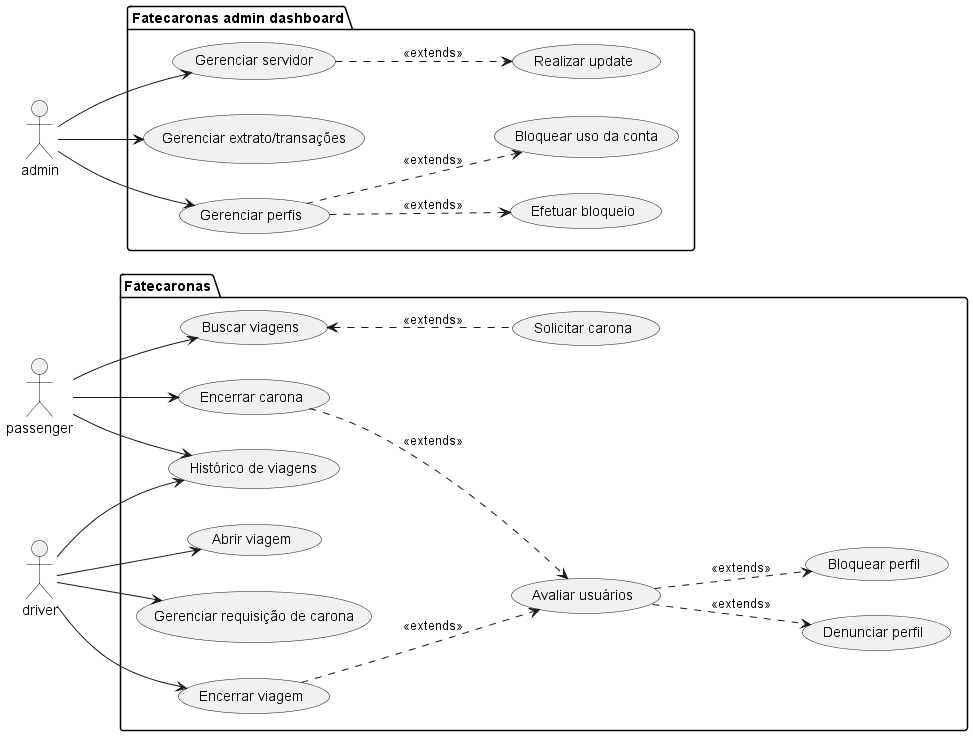
Vinicius0607/ProjetoES2 keeps this PlantUML diagram as out/uses_cases_fatecaronas/Fatecaronas.png. Above is the earlier version.
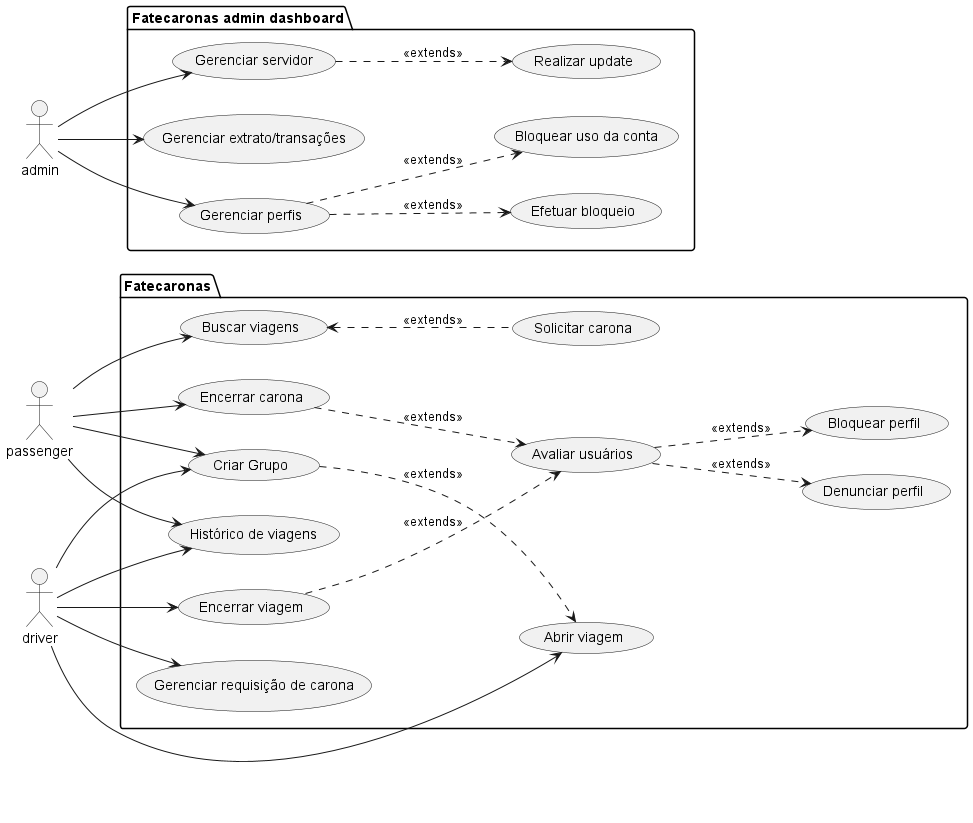
The same file after the commit.

Commit message:
docs: added missing usecases

Diff of the diagram source:
```diff
@@ -16,6 +16,7 @@
     usecase "Encerrar viagem" as UC9
     usecase "Denunciar perfil" as UC10
     usecase "Bloquear perfil" as UC11
+    usecase "Criar Grupo" as UC18
 }
 
 package "Fatecaronas admin dashboard" {
@@ -25,12 +26,12 @@
     usecase "Efetuar bloqueio" as UC15
     usecase "Bloquear uso da conta" as UC16
     usecase "Realizar update" as UC17
-
 }
 
 p --> UC1
 p --> UC3
 p --> UC5
+p --> UC18
 UC1 <.. UC2: <<extends>>
 UC3 ..> UC6: <<extends>>
 UC9 ..> UC6: <<extends>>
@@ -40,11 +41,13 @@
 d --> UC8
 d --> UC9
 d --> UC5
+d --> UC18
 a --> UC12
 a --> UC13
 a --> UC14
 UC12 ..> UC17: <<extends>>
 UC14 ..> UC15: <<extends>>
 UC14 ..> UC16: <<extends>>
+UC18 ..> UC7: <<extends>>
 
 @enduml
```
